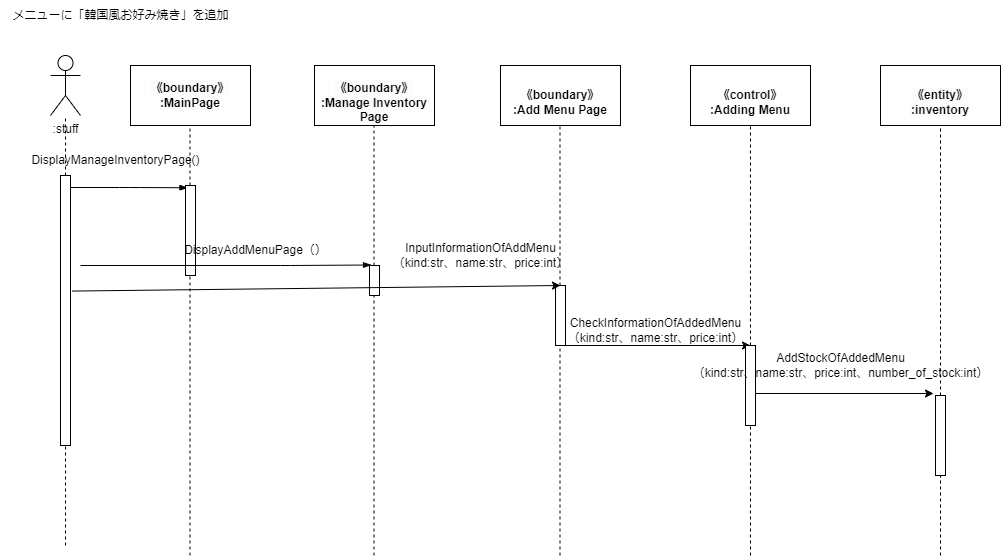
This is psp4/シーケンス図/シーケンス図_新メニュー.drawio.png from MasakiHiguchi/---, a draw.io export, as it was before one commit. Source tidied: cells renumbered, new cells last; positions are measured from the earlier drawing's top-left corner, leaving out a move shared by most shapes.
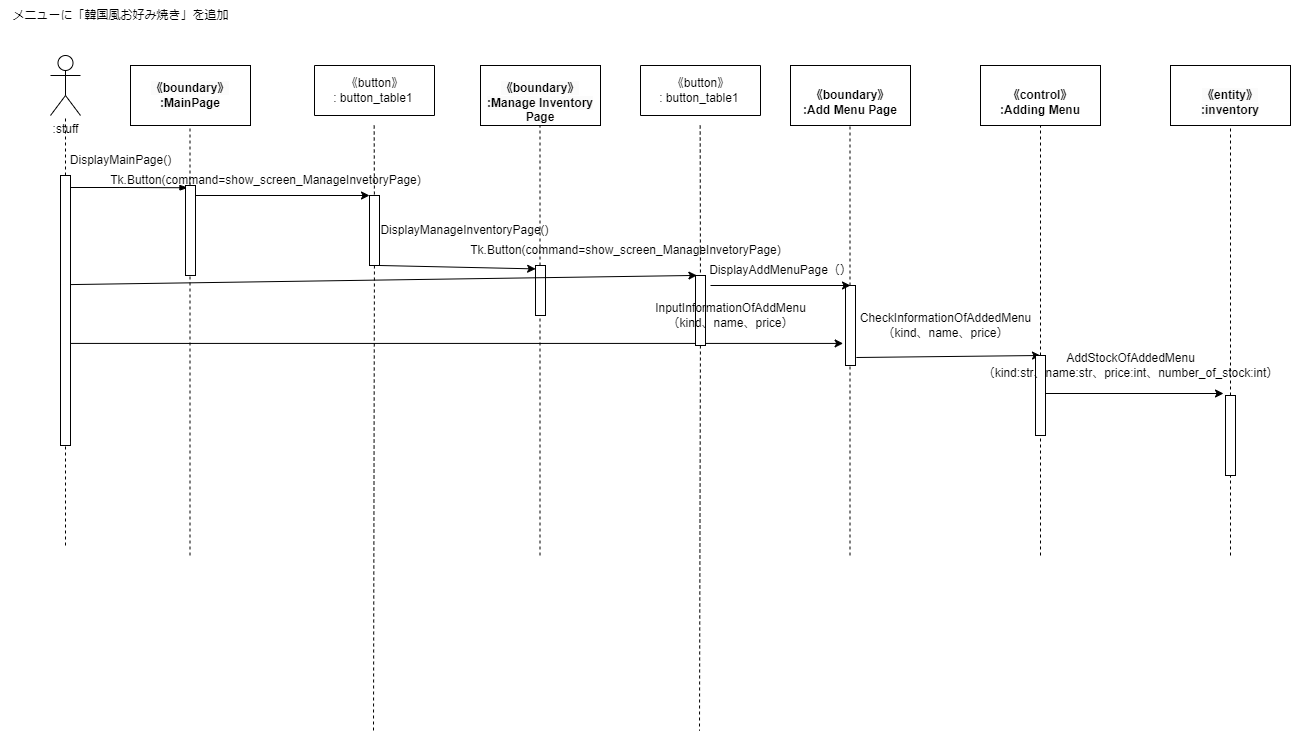
After the commit.

Change to the diagram source:
```diff
@@ -9,13 +9,13 @@
       <mxGeometry x="130" y="65" width="120" height="60" as="geometry" />
     </mxCell>
     <mxCell id="4" value="&lt;br&gt;&lt;span style=&quot;color: rgb(0, 0, 0); font-family: Helvetica; font-size: 12px; font-style: normal; font-variant-ligatures: normal; font-variant-caps: normal; font-weight: 700; letter-spacing: normal; orphans: 2; text-align: center; text-indent: 0px; text-transform: none; widows: 2; word-spacing: 0px; -webkit-text-stroke-width: 0px; background-color: rgb(251, 251, 251); text-decoration-thickness: initial; text-decoration-style: initial; text-decoration-color: initial; float: none; display: inline !important;&quot;&gt;《boundary》&lt;/span&gt;&lt;br style=&quot;border-color: var(--border-color); color: rgb(0, 0, 0); font-family: Helvetica; font-size: 12px; font-style: normal; font-variant-ligatures: normal; font-variant-caps: normal; font-weight: 700; letter-spacing: normal; orphans: 2; text-align: center; text-indent: 0px; text-transform: none; widows: 2; word-spacing: 0px; -webkit-text-stroke-width: 0px; background-color: rgb(251, 251, 251); text-decoration-thickness: initial; text-decoration-style: initial; text-decoration-color: initial;&quot;&gt;&lt;span style=&quot;color: rgb(0, 0, 0); font-family: Helvetica; font-size: 12px; font-style: normal; font-variant-ligatures: normal; font-variant-caps: normal; font-weight: 700; letter-spacing: normal; orphans: 2; text-align: center; text-indent: 0px; text-transform: none; widows: 2; word-spacing: 0px; -webkit-text-stroke-width: 0px; background-color: rgb(251, 251, 251); text-decoration-thickness: initial; text-decoration-style: initial; text-decoration-color: initial; float: none; display: inline !important;&quot;&gt;:Manage Inventory Page&lt;/span&gt;" style="rounded=0;whiteSpace=wrap;html=1;" parent="1" vertex="1">
-      <mxGeometry x="314" y="65" width="120" height="60" as="geometry" />
+      <mxGeometry x="480" y="65" width="120" height="60" as="geometry" />
     </mxCell>
     <mxCell id="5" value="&lt;br style=&quot;border-color: var(--border-color);&quot;&gt;&lt;span style=&quot;border-color: var(--border-color); font-weight: 700;&quot;&gt;《boundary》&lt;/span&gt;&lt;br style=&quot;border-color: var(--border-color); font-weight: 700;&quot;&gt;&lt;span style=&quot;border-color: var(--border-color); font-weight: 700;&quot;&gt;:Add Menu Page&lt;/span&gt;" style="rounded=0;whiteSpace=wrap;html=1;" parent="1" vertex="1">
-      <mxGeometry x="500" y="65" width="120" height="60" as="geometry" />
+      <mxGeometry x="790" y="65" width="120" height="60" as="geometry" />
     </mxCell>
     <mxCell id="6" value="&lt;br style=&quot;border-color: var(--border-color);&quot;&gt;&lt;span style=&quot;border-color: var(--border-color); font-weight: 700;&quot;&gt;《control》&lt;/span&gt;&lt;br style=&quot;border-color: var(--border-color); font-weight: 700;&quot;&gt;&lt;span style=&quot;border-color: var(--border-color); font-weight: 700;&quot;&gt;:Adding Menu&lt;/span&gt;" style="rounded=0;whiteSpace=wrap;html=1;" parent="1" vertex="1">
-      <mxGeometry x="690" y="65" width="120" height="60" as="geometry" />
+      <mxGeometry x="980" y="65" width="120" height="60" as="geometry" />
     </mxCell>
     <mxCell id="7" style="endArrow=none;dashed=1;html=1;startArrow=none;" parent="1" edge="1" source="13" target="2">
       <mxGeometry relative="1" as="geometry" />
@@ -27,17 +27,17 @@
     </mxCell>
     <mxCell id="9" style="endArrow=none;dashed=1;html=1;startArrow=none;" parent="1" edge="1" source="27">
       <mxGeometry relative="1" as="geometry">
-        <mxPoint x="750" y="125" as="targetPoint" />
+        <mxPoint x="1040" y="125" as="targetPoint" />
       </mxGeometry>
     </mxCell>
     <mxCell id="10" style="endArrow=none;dashed=1;html=1;startArrow=none;" parent="1" edge="1" source="24">
       <mxGeometry relative="1" as="geometry">
-        <mxPoint x="559.5" y="125" as="targetPoint" />
+        <mxPoint x="849.5" y="125" as="targetPoint" />
       </mxGeometry>
     </mxCell>
     <mxCell id="11" style="endArrow=none;dashed=1;html=1;startArrow=none;" parent="1" edge="1" source="19">
       <mxGeometry relative="1" as="geometry">
-        <mxPoint x="373.5" y="125" as="targetPoint" />
+        <mxPoint x="539.5" y="125" as="targetPoint" />
       </mxGeometry>
     </mxCell>
     <mxCell id="12" style="endArrow=none;dashed=1;html=1;" parent="1" edge="1" target="13">
@@ -45,6 +45,9 @@
         <mxPoint x="65" y="545" as="sourcePoint" />
       </mxGeometry>
     </mxCell>
+    <mxCell id="37" style="edgeStyle=none;html=1;entryX=-0.236;entryY=0.724;entryDx=0;entryDy=0;entryPerimeter=0;" parent="1" edge="1" source="13" target="24">
+      <mxGeometry relative="1" as="geometry" />
+    </mxCell>
     <mxCell id="13" style="html=1;points=[];perimeter=orthogonalPerimeter;" parent="1" vertex="1">
       <mxGeometry x="60" y="175" width="10" height="270" as="geometry" />
     </mxCell>
@@ -54,91 +57,139 @@
       </mxGeometry>
     </mxCell>
     <mxCell id="15" value="DisplayManageInventoryPage()" style="text;html=1;align=center;verticalAlign=middle;strokeColor=none;fillColor=none;" parent="1" vertex="1">
-      <mxGeometry x="20" y="145" width="190" height="30" as="geometry" />
+      <mxGeometry x="369" y="215" width="190" height="30" as="geometry" />
     </mxCell>
     <mxCell id="16" style="endArrow=none;dashed=1;html=1;" parent="1" edge="1" target="17">
       <mxGeometry relative="1" as="geometry">
         <mxPoint x="189.5" y="555" as="sourcePoint" />
       </mxGeometry>
     </mxCell>
+    <mxCell id="38" style="edgeStyle=none;html=1;entryX=0;entryY=0;entryDx=0;entryDy=0;" parent="1" edge="1" source="17" target="47">
+      <mxGeometry relative="1" as="geometry" />
+    </mxCell>
     <mxCell id="17" style="html=1;points=[];perimeter=orthogonalPerimeter;" parent="1" vertex="1">
       <mxGeometry x="185" y="185" width="10" height="90" as="geometry" />
     </mxCell>
     <mxCell id="18" style="endArrow=none;dashed=1;html=1;" parent="1" edge="1" target="19">
       <mxGeometry relative="1" as="geometry">
-        <mxPoint x="373.5" y="555" as="sourcePoint" />
+        <mxPoint x="539.5" y="555" as="sourcePoint" />
       </mxGeometry>
     </mxCell>
-    <mxCell id="19" style="html=1;points=[];perimeter=orthogonalPerimeter;" parent="1" vertex="1">
-      <mxGeometry x="369" y="265" width="10" height="30" as="geometry" />
-    </mxCell>
-    <mxCell id="20" style="edgeStyle=elbowEdgeStyle;fontSize=12;html=1;endArrow=blockThin;endFill=1;entryX=0.2;entryY=-0.017;entryDx=0;entryDy=0;entryPerimeter=0;" parent="1" edge="1" target="19">
-      <mxGeometry relative="1" as="geometry">
-        <mxPoint x="80" y="265" as="sourcePoint" />
-        <Array as="points">
-          <mxPoint x="290" y="315" />
-        </Array>
-      </mxGeometry>
-    </mxCell>
     <mxCell id="21" value="DisplayAddMenuPage（）" style="text;html=1;align=center;verticalAlign=middle;strokeColor=none;fillColor=none;" parent="1" vertex="1">
-      <mxGeometry x="170" y="235" width="170" height="30" as="geometry" />
+      <mxGeometry x="695" y="255" width="170" height="30" as="geometry" />
     </mxCell>
     <mxCell id="22" style="endArrow=none;dashed=1;html=1;" parent="1" edge="1" target="24">
       <mxGeometry relative="1" as="geometry">
-        <mxPoint x="559.5" y="555" as="sourcePoint" />
+        <mxPoint x="849.5" y="555" as="sourcePoint" />
       </mxGeometry>
     </mxCell>
-    <mxCell id="23" style="edgeStyle=none;html=1;" parent="1" edge="1" source="24">
+    <mxCell id="23" style="edgeStyle=none;html=1;exitX=1.082;exitY=0.9;exitDx=0;exitDy=0;exitPerimeter=0;" parent="1" edge="1" source="24">
       <mxGeometry relative="1" as="geometry">
-        <mxPoint x="750" y="345" as="targetPoint" />
+        <mxPoint x="1040" y="355" as="targetPoint" />
       </mxGeometry>
     </mxCell>
     <mxCell id="24" style="html=1;points=[];perimeter=orthogonalPerimeter;" parent="1" vertex="1">
-      <mxGeometry x="555" y="285" width="10" height="60" as="geometry" />
+      <mxGeometry x="845" y="285" width="10" height="80" as="geometry" />
     </mxCell>
     <mxCell id="25" style="endArrow=none;dashed=1;html=1;" parent="1" edge="1" target="27">
       <mxGeometry relative="1" as="geometry">
-        <mxPoint x="750" y="555" as="sourcePoint" />
+        <mxPoint x="1040" y="555" as="sourcePoint" />
       </mxGeometry>
     </mxCell>
     <mxCell id="26" style="edgeStyle=none;html=1;entryX=-0.2;entryY=-0.025;entryDx=0;entryDy=0;entryPerimeter=0;" parent="1" edge="1" source="27" target="33">
       <mxGeometry relative="1" as="geometry" />
     </mxCell>
     <mxCell id="27" style="html=1;points=[];perimeter=orthogonalPerimeter;" parent="1" vertex="1">
-      <mxGeometry x="745" y="345" width="10" height="80" as="geometry" />
+      <mxGeometry x="1035" y="355" width="10" height="80" as="geometry" />
     </mxCell>
-    <mxCell id="28" value="InputInformationOfAddMenu&lt;br style=&quot;border-color: var(--border-color);&quot;&gt;（kind:str、name:str、price:int）" style="text;html=1;align=center;verticalAlign=middle;strokeColor=none;fillColor=none;" parent="1" vertex="1">
-      <mxGeometry x="380" y="235" width="200" height="40" as="geometry" />
-    </mxCell>
-    <mxCell id="29" value="CheckInformationOfAddedMenu&lt;br style=&quot;border-color: var(--border-color);&quot;&gt;（kind:str、name:str、price:int）" style="text;html=1;align=center;verticalAlign=middle;strokeColor=none;fillColor=none;" parent="1" vertex="1">
-      <mxGeometry x="555" y="310" width="200" height="40" as="geometry" />
+    <mxCell id="29" value="CheckInformationOfAddedMenu&lt;br style=&quot;border-color: var(--border-color);&quot;&gt;（kind、name、price）" style="text;html=1;align=center;verticalAlign=middle;strokeColor=none;fillColor=none;" parent="1" vertex="1">
+      <mxGeometry x="850" y="305" width="190" height="40" as="geometry" />
     </mxCell>
     <mxCell id="30" value="&lt;br&gt;&lt;span style=&quot;color: rgb(0, 0, 0); font-family: Helvetica; font-size: 12px; font-style: normal; font-variant-ligatures: normal; font-variant-caps: normal; font-weight: 700; letter-spacing: normal; orphans: 2; text-align: center; text-indent: 0px; text-transform: none; widows: 2; word-spacing: 0px; -webkit-text-stroke-width: 0px; background-color: rgb(251, 251, 251); text-decoration-thickness: initial; text-decoration-style: initial; text-decoration-color: initial; float: none; display: inline !important;&quot;&gt;《entity》&lt;/span&gt;&lt;br style=&quot;border-color: var(--border-color); padding: 0px; margin: 0px; color: rgb(0, 0, 0); font-family: Helvetica; font-size: 12px; font-style: normal; font-variant-ligatures: normal; font-variant-caps: normal; font-weight: 700; letter-spacing: normal; orphans: 2; text-align: center; text-indent: 0px; text-transform: none; widows: 2; word-spacing: 0px; -webkit-text-stroke-width: 0px; background-color: rgb(251, 251, 251); text-decoration-thickness: initial; text-decoration-style: initial; text-decoration-color: initial;&quot;&gt;&lt;span style=&quot;color: rgb(0, 0, 0); font-family: Helvetica; font-size: 12px; font-style: normal; font-variant-ligatures: normal; font-variant-caps: normal; font-weight: 700; letter-spacing: normal; orphans: 2; text-align: center; text-indent: 0px; text-transform: none; widows: 2; word-spacing: 0px; -webkit-text-stroke-width: 0px; background-color: rgb(251, 251, 251); text-decoration-thickness: initial; text-decoration-style: initial; text-decoration-color: initial; float: none; display: inline !important;&quot;&gt;:inventory&lt;/span&gt;&lt;br&gt;" style="rounded=0;whiteSpace=wrap;html=1;" parent="1" vertex="1">
-      <mxGeometry x="880" y="65" width="120" height="60" as="geometry" />
+      <mxGeometry x="1170" y="65" width="120" height="60" as="geometry" />
     </mxCell>
     <mxCell id="31" style="endArrow=none;dashed=1;html=1;startArrow=none;" parent="1" edge="1" source="33">
       <mxGeometry relative="1" as="geometry">
-        <mxPoint x="940" y="125" as="targetPoint" />
+        <mxPoint x="1230" y="125" as="targetPoint" />
       </mxGeometry>
     </mxCell>
     <mxCell id="32" style="endArrow=none;dashed=1;html=1;" parent="1" edge="1" target="33">
       <mxGeometry relative="1" as="geometry">
-        <mxPoint x="940" y="555" as="sourcePoint" />
+        <mxPoint x="1230" y="555" as="sourcePoint" />
       </mxGeometry>
     </mxCell>
     <mxCell id="33" style="html=1;points=[];perimeter=orthogonalPerimeter;" parent="1" vertex="1">
-      <mxGeometry x="935" y="395" width="10" height="80" as="geometry" />
+      <mxGeometry x="1225" y="395" width="10" height="80" as="geometry" />
     </mxCell>
     <mxCell id="34" value="メニューに「韓国風お好み焼き」を追加" style="text;html=1;align=center;verticalAlign=middle;strokeColor=none;fillColor=none;" parent="1" vertex="1">
       <mxGeometry width="240" height="30" as="geometry" />
     </mxCell>
     <mxCell id="35" value="&lt;span style=&quot;text-align: left;&quot;&gt;AddStockOfAddedMenu&lt;br&gt;（kind:str、name:str、price:int、number_of_stock:int）&lt;/span&gt;" style="text;html=1;align=center;verticalAlign=middle;strokeColor=none;fillColor=none;" parent="1" vertex="1">
-      <mxGeometry x="680" y="345" width="320" height="40" as="geometry" />
+      <mxGeometry x="970" y="345" width="320" height="40" as="geometry" />
     </mxCell>
-    <mxCell id="36" style="edgeStyle=none;html=1;exitX=1.15;exitY=0.428;exitDx=0;exitDy=0;exitPerimeter=0;" parent="1" edge="1" source="13">
-      <mxGeometry relative="1" as="geometry">
-        <mxPoint x="560" y="285" as="targetPoint" />
-      </mxGeometry>
-    </mxCell>
+    <mxCell id="39" style="edgeStyle=none;html=1;endArrow=none;endFill=0;dashed=1;startArrow=none;" parent="1" edge="1" source="47">
+      <mxGeometry relative="1" as="geometry">
+        <mxPoint x="373" y="730.3" as="targetPoint" />
+      </mxGeometry>
+    </mxCell>
+    <mxCell id="40" style="swimlane;startSize=0;" parent="1" vertex="1">
+      <mxGeometry x="314" y="65" width="120" height="50" as="geometry" />
+    </mxCell>
+    <mxCell id="41" value="《button》&lt;br&gt;: button_table1&amp;nbsp;" style="text;html=1;align=center;verticalAlign=middle;strokeColor=none;fillColor=none;" parent="40" vertex="1">
+      <mxGeometry x="5" y="5" width="110" height="40" as="geometry" />
+    </mxCell>
+    <mxCell id="42" style="edgeStyle=none;html=1;endArrow=none;endFill=0;dashed=1;startArrow=none;" parent="1" edge="1" source="50">
+      <mxGeometry relative="1" as="geometry">
+        <mxPoint x="699" y="730.3" as="targetPoint" />
+      </mxGeometry>
+    </mxCell>
+    <mxCell id="43" style="swimlane;startSize=0;" parent="1" vertex="1">
+      <mxGeometry x="640" y="65" width="120" height="50" as="geometry" />
+    </mxCell>
+    <mxCell id="44" value="《button》&lt;br&gt;: button_table1&amp;nbsp;" style="text;html=1;align=center;verticalAlign=middle;strokeColor=none;fillColor=none;" parent="43" vertex="1">
+      <mxGeometry x="5" y="5" width="110" height="40" as="geometry" />
+    </mxCell>
+    <mxCell id="45" style="edgeStyle=none;html=1;endArrow=none;endFill=0;dashed=1;" parent="1" edge="1" target="47">
+      <mxGeometry relative="1" as="geometry">
+        <mxPoint x="373.7" y="125" as="sourcePoint" />
+      </mxGeometry>
+    </mxCell>
+    <mxCell id="46" style="edgeStyle=none;html=1;entryX=0.014;entryY=0.068;entryDx=0;entryDy=0;entryPerimeter=0;exitX=1;exitY=1;exitDx=0;exitDy=0;" parent="1" edge="1" source="47" target="19">
+      <mxGeometry relative="1" as="geometry" />
+    </mxCell>
+    <mxCell id="47" style="rounded=0;whiteSpace=wrap;html=1;" parent="1" vertex="1">
+      <mxGeometry x="369" y="195" width="10" height="70" as="geometry" />
+    </mxCell>
+    <mxCell id="19" style="html=1;points=[];perimeter=orthogonalPerimeter;" parent="1" vertex="1">
+      <mxGeometry x="535" y="265" width="10" height="50" as="geometry" />
+    </mxCell>
+    <mxCell id="48" style="edgeStyle=none;html=1;endArrow=none;endFill=0;dashed=1;" parent="1" edge="1" target="50">
+      <mxGeometry relative="1" as="geometry">
+        <mxPoint x="699.7" y="125" as="sourcePoint" />
+      </mxGeometry>
+    </mxCell>
+    <mxCell id="49" style="edgeStyle=none;html=1;entryX=0.5;entryY=0;entryDx=0;entryDy=0;entryPerimeter=0;" parent="1" edge="1" target="24">
+      <mxGeometry relative="1" as="geometry">
+        <mxPoint x="710" y="285" as="sourcePoint" />
+      </mxGeometry>
+    </mxCell>
+    <mxCell id="50" style="rounded=0;whiteSpace=wrap;html=1;" parent="1" vertex="1">
+      <mxGeometry x="695" y="275" width="10" height="70" as="geometry" />
+    </mxCell>
+    <mxCell id="51" value="Tk.Button(command=show_screen_ManageInvetoryPage)" style="text;html=1;align=center;verticalAlign=middle;strokeColor=none;fillColor=none;" parent="1" vertex="1">
+      <mxGeometry x="100" y="165" width="330" height="30" as="geometry" />
+    </mxCell>
+    <mxCell id="52" style="edgeStyle=none;html=1;entryX=0.14;entryY=-0.001;entryDx=0;entryDy=0;entryPerimeter=0;exitX=1;exitY=0.404;exitDx=0;exitDy=0;exitPerimeter=0;" parent="1" edge="1" source="13" target="50">
+      <mxGeometry relative="1" as="geometry" />
+    </mxCell>
+    <mxCell id="53" value="Tk.Button(command=show_screen_ManageInvetoryPage)" style="text;html=1;align=center;verticalAlign=middle;strokeColor=none;fillColor=none;" parent="1" vertex="1">
+      <mxGeometry x="460" y="235" width="330" height="30" as="geometry" />
+    </mxCell>
+    <mxCell id="54" value="DisplayMainPage()" style="text;html=1;align=center;verticalAlign=middle;strokeColor=none;fillColor=none;" parent="1" vertex="1">
+      <mxGeometry x="60" y="145" width="120" height="30" as="geometry" />
+    </mxCell>
+    <mxCell id="28" value="InputInformationOfAddMenu&lt;br style=&quot;border-color: var(--border-color);&quot;&gt;（kind、name、price）" style="text;html=1;align=center;verticalAlign=middle;strokeColor=none;fillColor=none;" parent="1" vertex="1">
+      <mxGeometry x="645" y="295" width="170" height="40" as="geometry" />
+    </mxCell>
   </root>
 </mxGraphModel>
```
